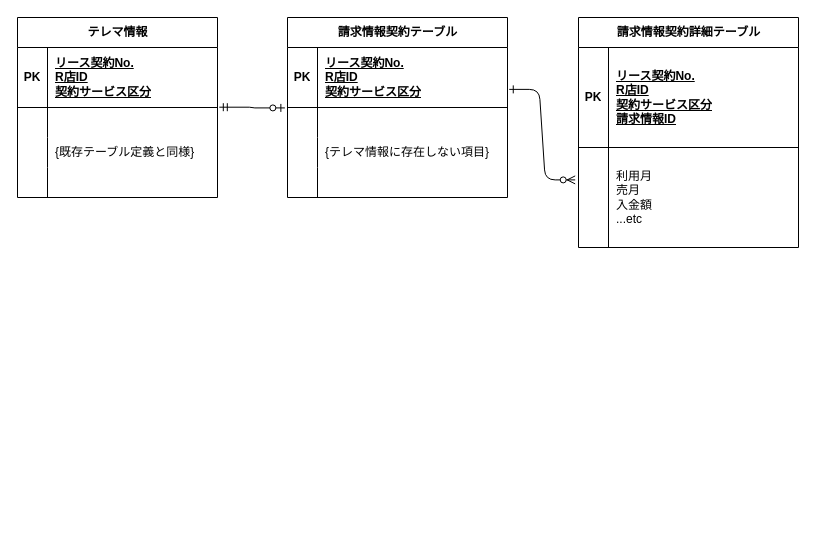
The draw.io diagram 名称未設定ファイル.drawio in Atsushikeys/drawIo, before the edit. Source tidied: cells renumbered, new cells numbered last; positions are measured from the earlier drawing's top-left corner, leaving out a move shared by most shapes. Both pictures are drawn from the tidied source at 100%, with x=0, y=0 at pixel (17, 17).
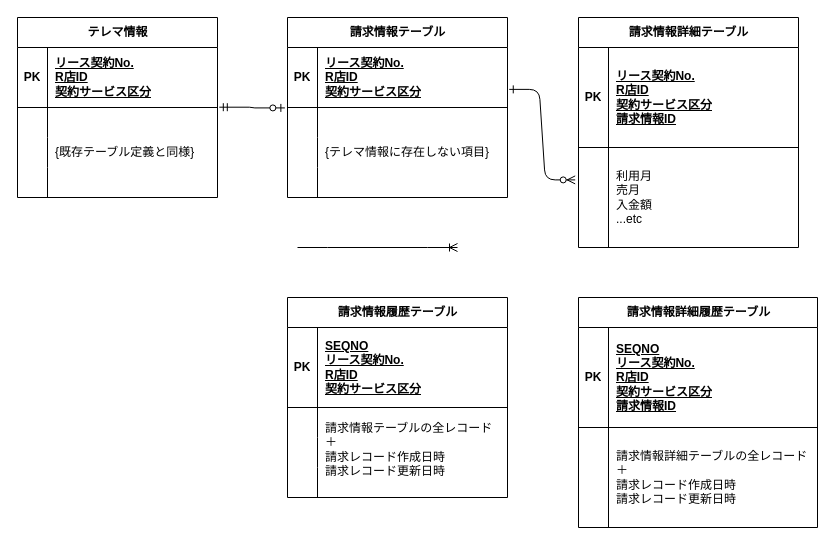
The same diagram, later.

Commit message:
名称未設定ファイル.drawio を更新します

Change to the diagram source:
```diff
@@
-    <mxCell id="16" value="請求情報契約テーブル" style="shape=table;startSize=30;childLayout=tableLayout;rowLines=0;fontStyle=1;align=center;html=1;" parent="1" vertex="1">
+    <mxCell id="16" value="請求情報テーブル" style="shape=table;startSize=30;childLayout=tableLayout;rowLines=0;fontStyle=1;align=center;html=1;" parent="1" vertex="1">
       <mxGeometry x="270" width="220" height="180" as="geometry" />
     </mxCell>
@@
-    <mxCell id="30" value="請求情報契約詳細テーブル" style="shape=table;startSize=30;childLayout=tableLayout;rowLines=0;fontStyle=1;align=center;html=1;" parent="1" vertex="1">
+    <mxCell id="30" value="請求情報詳細テーブル" style="shape=table;startSize=30;childLayout=tableLayout;rowLines=0;fontStyle=1;align=center;html=1;" parent="1" vertex="1">
       <mxGeometry x="561" width="220" height="230" as="geometry" />
     </mxCell>
@@
+    <mxCell id="38" value="請求情報履歴テーブル" style="shape=table;startSize=30;childLayout=tableLayout;rowLines=0;fontStyle=1;align=center;html=1;" parent="1" vertex="1">
+      <mxGeometry x="270" y="280" width="220" height="200" as="geometry" />
+    </mxCell>
+    <mxCell id="39" style="shape=tableRow;horizontal=0;startSize=0;swimlaneHead=0;swimlaneBody=0;fillColor=none;top=0;left=0;right=0;bottom=1;" parent="38" vertex="1">
+      <mxGeometry y="30" width="220" height="80" as="geometry" />
+    </mxCell>
+    <mxCell id="40" value="PK" style="shape=partialRectangle;fillColor=none;top=0;left=0;bottom=0;right=0;fontStyle=1;overflow=hidden;whiteSpace=wrap;html=1;" parent="39" vertex="1">
+      <mxGeometry width="30" height="80" as="geometry" />
+    </mxCell>
+    <mxCell id="41" value="SEQNO&lt;br&gt;リース契約No.&lt;br style=&quot;border-color: var(--border-color);&quot;&gt;R店ID&lt;br style=&quot;border-color: var(--border-color);&quot;&gt;契約サービス区分" style="shape=partialRectangle;fillColor=none;top=0;left=0;bottom=0;right=0;align=left;spacingLeft=6;fontStyle=5;overflow=hidden;whiteSpace=wrap;html=1;" parent="39" vertex="1">
+      <mxGeometry x="30" width="190" height="80" as="geometry" />
+    </mxCell>
+    <mxCell id="42" style="shape=tableRow;horizontal=0;startSize=0;swimlaneHead=0;swimlaneBody=0;fillColor=none;top=0;left=0;right=0;bottom=0;" parent="38" vertex="1">
+      <mxGeometry y="110" width="220" height="30" as="geometry" />
+    </mxCell>
+    <mxCell id="43" style="shape=partialRectangle;fillColor=none;top=0;left=0;bottom=0;right=0;overflow=hidden;whiteSpace=wrap;html=1;" parent="42" vertex="1">
+      <mxGeometry width="30" height="30" as="geometry" />
+    </mxCell>
+    <mxCell id="44" style="shape=partialRectangle;fillColor=none;top=0;left=0;bottom=0;right=0;align=left;spacingLeft=6;overflow=hidden;whiteSpace=wrap;html=1;" parent="42" vertex="1">
+      <mxGeometry x="30" width="190" height="30" as="geometry" />
+    </mxCell>
+    <mxCell id="45" style="shape=tableRow;horizontal=0;startSize=0;swimlaneHead=0;swimlaneBody=0;fillColor=none;top=0;left=0;right=0;bottom=0;" parent="38" vertex="1">
+      <mxGeometry y="140" width="220" height="30" as="geometry" />
+    </mxCell>
+    <mxCell id="46" style="shape=partialRectangle;fillColor=none;top=0;left=0;bottom=0;right=0;overflow=hidden;whiteSpace=wrap;html=1;" parent="45" vertex="1">
+      <mxGeometry width="30" height="30" as="geometry" />
+    </mxCell>
+    <mxCell id="47" style="shape=partialRectangle;fillColor=none;top=0;left=0;bottom=0;right=0;align=left;spacingLeft=6;overflow=hidden;whiteSpace=wrap;html=1;" parent="45" vertex="1">
+      <mxGeometry x="30" width="190" height="30" as="geometry" />
+    </mxCell>
+    <mxCell id="48" style="shape=tableRow;horizontal=0;startSize=0;swimlaneHead=0;swimlaneBody=0;fillColor=none;top=0;left=0;right=0;bottom=0;" parent="38" vertex="1">
+      <mxGeometry y="170" width="220" height="30" as="geometry" />
+    </mxCell>
+    <mxCell id="49" style="shape=partialRectangle;fillColor=none;top=0;left=0;bottom=0;right=0;overflow=hidden;whiteSpace=wrap;html=1;" parent="48" vertex="1">
+      <mxGeometry width="30" height="30" as="geometry" />
+    </mxCell>
+    <mxCell id="50" style="shape=partialRectangle;fillColor=none;top=0;left=0;bottom=0;right=0;align=left;spacingLeft=6;overflow=hidden;whiteSpace=wrap;html=1;" parent="48" vertex="1">
+      <mxGeometry x="30" width="190" height="30" as="geometry" />
+    </mxCell>
+    <mxCell id="51" value="請求情報詳細履歴テーブル" style="shape=table;startSize=30;childLayout=tableLayout;rowLines=0;fontStyle=1;align=center;html=1;" parent="1" vertex="1">
+      <mxGeometry x="561" y="280" width="239" height="230" as="geometry" />
+    </mxCell>
+    <mxCell id="52" style="shape=tableRow;horizontal=0;startSize=0;swimlaneHead=0;swimlaneBody=0;fillColor=none;top=0;left=0;right=0;bottom=1;" parent="51" vertex="1">
+      <mxGeometry y="30" width="239" height="100" as="geometry" />
+    </mxCell>
+    <mxCell id="53" value="PK" style="shape=partialRectangle;fillColor=none;top=0;left=0;bottom=0;right=0;fontStyle=1;overflow=hidden;whiteSpace=wrap;html=1;" parent="52" vertex="1">
+      <mxGeometry width="30" height="100" as="geometry" />
+    </mxCell>
+    <mxCell id="54" value="SEQNO&lt;br&gt;リース契約No.&lt;br style=&quot;border-color: var(--border-color);&quot;&gt;R店ID&lt;br style=&quot;border-color: var(--border-color);&quot;&gt;契約サービス区分&lt;br&gt;請求情報ID" style="shape=partialRectangle;fillColor=none;top=0;left=0;bottom=0;right=0;align=left;spacingLeft=6;fontStyle=5;overflow=hidden;whiteSpace=wrap;html=1;" parent="52" vertex="1">
+      <mxGeometry x="30" width="209" height="100" as="geometry" />
+    </mxCell>
+    <mxCell id="55" style="shape=tableRow;horizontal=0;startSize=0;swimlaneHead=0;swimlaneBody=0;fillColor=none;top=0;left=0;right=0;bottom=0;" parent="51" vertex="1">
+      <mxGeometry y="130" width="239" height="100" as="geometry" />
+    </mxCell>
+    <mxCell id="56" style="shape=partialRectangle;fillColor=none;top=0;left=0;bottom=0;right=0;overflow=hidden;whiteSpace=wrap;html=1;" parent="55" vertex="1">
+      <mxGeometry width="30" height="100" as="geometry" />
+    </mxCell>
+    <mxCell id="57" value="請求情報詳細テーブルの全レコード&lt;br style=&quot;border-color: var(--border-color);&quot;&gt;＋&lt;br style=&quot;border-color: var(--border-color);&quot;&gt;請求レコード作成日時&lt;br style=&quot;border-color: var(--border-color);&quot;&gt;請求レコード更新日時" style="shape=partialRectangle;fillColor=none;top=0;left=0;bottom=0;right=0;align=left;spacingLeft=6;overflow=hidden;whiteSpace=wrap;html=1;" parent="55" vertex="1">
+      <mxGeometry x="30" width="209" height="100" as="geometry" />
+    </mxCell>
+    <mxCell id="58" value="請求情報テーブルの全レコード&lt;br&gt;＋&lt;br&gt;請求レコード作成日時&lt;br&gt;請求レコード更新日時" style="shape=partialRectangle;fillColor=none;top=0;left=0;bottom=0;right=0;align=left;spacingLeft=6;overflow=hidden;whiteSpace=wrap;html=1;" parent="1" vertex="1">
+      <mxGeometry x="300" y="387" width="190" height="90" as="geometry" />
+    </mxCell>
+    <mxCell id="59" style="edgeStyle=entityRelationEdgeStyle;fontSize=12;html=1;endArrow=ERoneToMany;rounded=0;" parent="1" edge="1">
+      <mxGeometry relative="1" as="geometry">
+        <mxPoint x="280" y="230" as="sourcePoint" />
+        <mxPoint x="440" y="230" as="targetPoint" />
+      </mxGeometry>
+    </mxCell>
```
